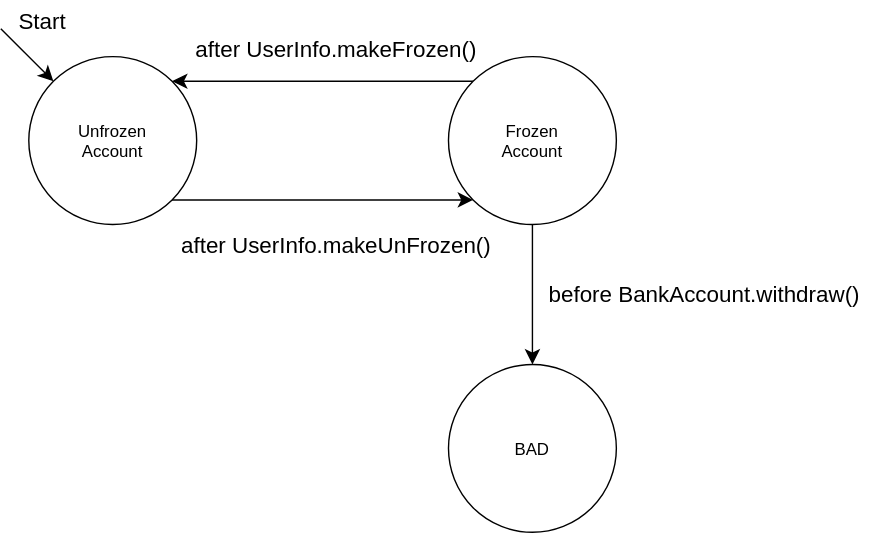
Above: documentation/partAAutomaton.svg in jdc-asdf/CPS3233 (draw.io), before the change. Source tidied: cells renumbered, new cells last; positions are measured from the earlier drawing's top-left corner, leaving out a move shared by most shapes.
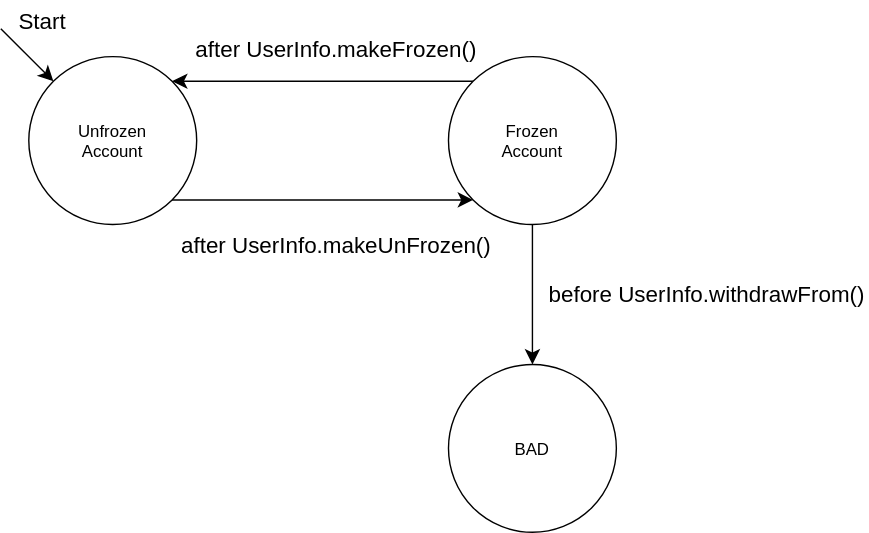
After the commit.

The edit, as a diff of the source:
```diff
@@ -34,7 +34,7 @@
     <mxCell id="11" value="&lt;div&gt;after UserInfo.makeUnFrozen()&lt;/div&gt;" style="text;html=1;whiteSpace=wrap;strokeColor=none;fillColor=none;align=center;verticalAlign=middle;rounded=0;fontSize=16;" parent="1" vertex="1">
       <mxGeometry x="120" y="160" width="240" height="30" as="geometry" />
     </mxCell>
-    <mxCell id="12" value="before BankAccount.withdraw()" style="text;html=1;whiteSpace=wrap;strokeColor=none;fillColor=none;align=left;verticalAlign=middle;rounded=0;fontSize=16;" parent="1" vertex="1">
+    <mxCell id="12" value="before UserInfo.withdrawFrom()" style="text;html=1;whiteSpace=wrap;strokeColor=none;fillColor=none;align=left;verticalAlign=middle;rounded=0;fontSize=16;" parent="1" vertex="1">
       <mxGeometry x="390" y="195" width="230" height="30" as="geometry" />
     </mxCell>
   </root>
```
